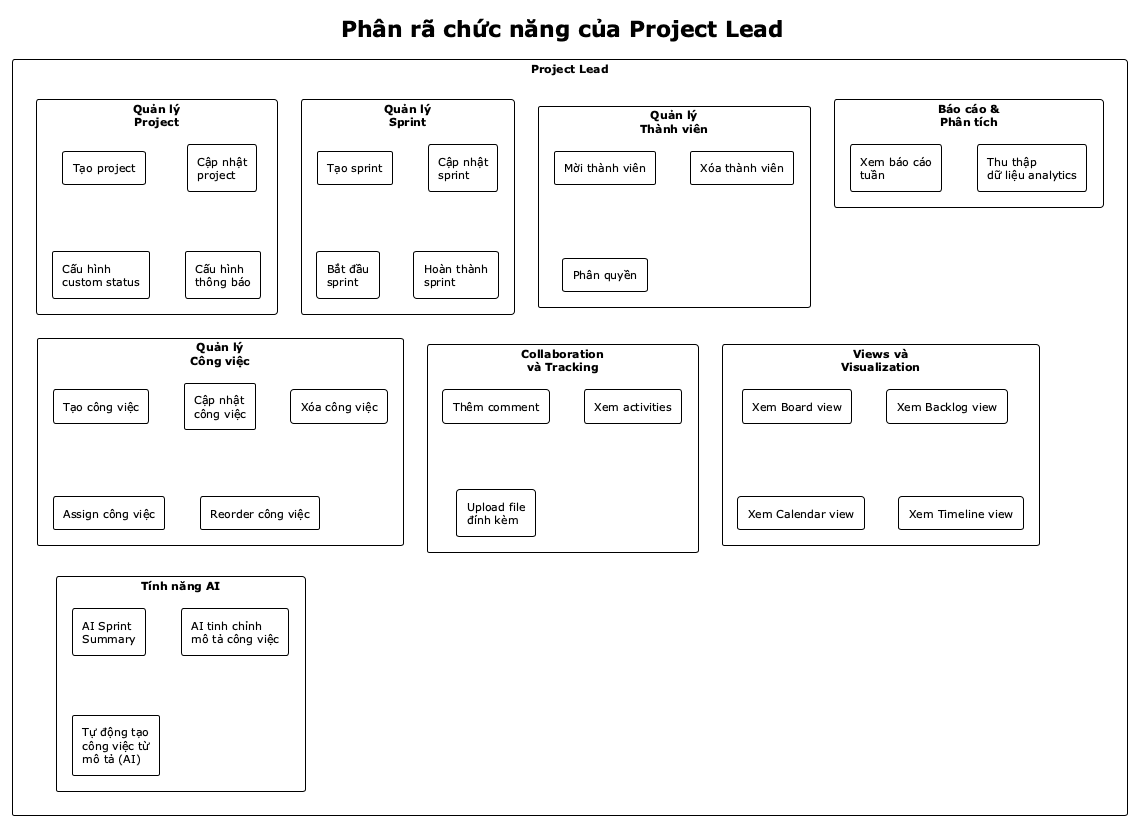
The PlantUML diagram reports/dat-examples/report/images/func_project_lead.png in toantran292/datn, before a commit. Its source is kept beside it as reports/dat-examples/report/images/func_project_lead.puml. Its diagram source:
```plantuml
@startuml
!theme plain
skinparam defaultFontSize 11
skinparam packageStyle rectangle

title Phân rã chức năng của Project Lead

rectangle "Project Lead" {

  rectangle "Quản lý\nProject" {
    rectangle "Tạo project"
    rectangle "Cập nhật\nproject"
    rectangle "Cấu hình\ncustom status"
    rectangle "Cấu hình\nthông báo"
  }

  rectangle "Quản lý\nSprint" {
    rectangle "Tạo sprint"
    rectangle "Cập nhật\nsprint"
    rectangle "Bắt đầu\nsprint"
    rectangle "Hoàn thành\nsprint"
  }

  rectangle "Quản lý\nThành viên" {
    rectangle "Mời thành viên"
    rectangle "Xóa thành viên"
    rectangle "Phân quyền"
  }

  rectangle "Quản lý\nCông việc" {
    rectangle "Tạo công việc"
    rectangle "Cập nhật\ncông việc"
    rectangle "Xóa công việc"
    rectangle "Assign công việc"
    rectangle "Reorder công việc"
  }

  rectangle "Collaboration\nvà Tracking" {
    rectangle "Thêm comment"
    rectangle "Xem activities"
    rectangle "Upload file\nđính kèm"
  }

  rectangle "Views và\nVisualization" {
    rectangle "Xem Board view"
    rectangle "Xem Backlog view"
    rectangle "Xem Calendar view"
    rectangle "Xem Timeline view"
  }

  rectangle "Báo cáo &\nPhân tích" {
    rectangle "Xem báo cáo\ntuần"
    rectangle "Thu thập\ndữ liệu analytics"
  }

  rectangle "Tính năng AI" {
    rectangle "AI Sprint\nSummary"
    rectangle "AI tinh chỉnh\nmô tả công việc"
    rectangle "Tự động tạo\ncông việc từ\nmô tả (AI)"
  }

}

@enduml
```
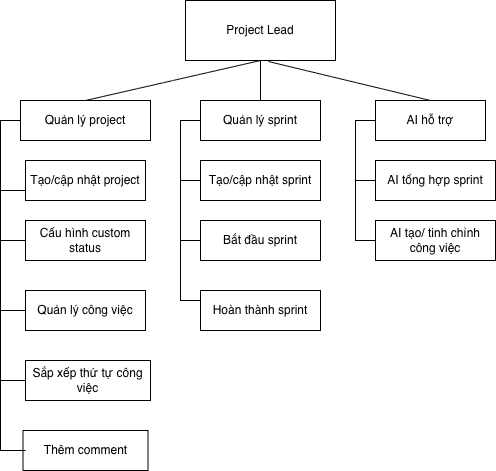
After the change.

Diff of the diagram source:
```diff
@@ -1,62 +1,38 @@
 @startuml
 !theme plain
-skinparam defaultFontSize 11
+skinparam defaultFontSize 13
 skinparam packageStyle rectangle
+skinparam packageBorderThickness 2
+skinparam rectangleBorderThickness 2
+skinparam backgroundColor white
 
-title Phân rã chức năng của Project Lead
+package "Project Lead" #lightblue {
 
-rectangle "Project Lead" {
-
-  rectangle "Quản lý\nProject" {
-    rectangle "Tạo project"
-    rectangle "Cập nhật\nproject"
-    rectangle "Cấu hình\ncustom status"
-    rectangle "Cấu hình\nthông báo"
+  package "Quản lý project" #lightyellow {
+    rectangle "Tạo/Cập nhật project"
+    rectangle "Cấu hình custom status"
+    rectangle "Quản lý công việc"
   }
 
-  rectangle "Quản lý\nSprint" {
-    rectangle "Tạo sprint"
-    rectangle "Cập nhật\nsprint"
-    rectangle "Bắt đầu\nsprint"
-    rectangle "Hoàn thành\nsprint"
+  package "Quản lý sprint" #lightgreen {
+    rectangle "Tạo/Quản lý sprint"
+    rectangle "Bắt đầu sprint"
+    rectangle "Hoàn thành sprint"
   }
 
-  rectangle "Quản lý\nThành viên" {
-    rectangle "Mời thành viên"
-    rectangle "Xóa thành viên"
+  package "Quản lý thành viên" #lavender {
+    rectangle "Mời/Xóa thành viên"
     rectangle "Phân quyền"
   }
 
-  rectangle "Quản lý\nCông việc" {
-    rectangle "Tạo công việc"
-    rectangle "Cập nhật\ncông việc"
-    rectangle "Xóa công việc"
-    rectangle "Assign công việc"
-    rectangle "Reorder công việc"
+  package "Báo cáo & Analytics" #pink {
+    rectangle "Xem báo cáo tuần"
+    rectangle "Thu thập analytics"
   }
 
-  rectangle "Collaboration\nvà Tracking" {
-    rectangle "Thêm comment"
-    rectangle "Xem activities"
-    rectangle "Upload file\nđính kèm"
-  }
-
-  rectangle "Views và\nVisualization" {
-    rectangle "Xem Board view"
-    rectangle "Xem Backlog view"
-    rectangle "Xem Calendar view"
-    rectangle "Xem Timeline view"
-  }
-
-  rectangle "Báo cáo &\nPhân tích" {
-    rectangle "Xem báo cáo\ntuần"
-    rectangle "Thu thập\ndữ liệu analytics"
-  }
-
-  rectangle "Tính năng AI" {
-    rectangle "AI Sprint\nSummary"
-    rectangle "AI tinh chỉnh\nmô tả công việc"
-    rectangle "Tự động tạo\ncông việc từ\nmô tả (AI)"
+  package "AI hỗ trợ" #orange {
+    rectangle "AI Sprint Summary"
+    rectangle "AI tạo/tinh chỉnh task"
   }
 
 }
```
